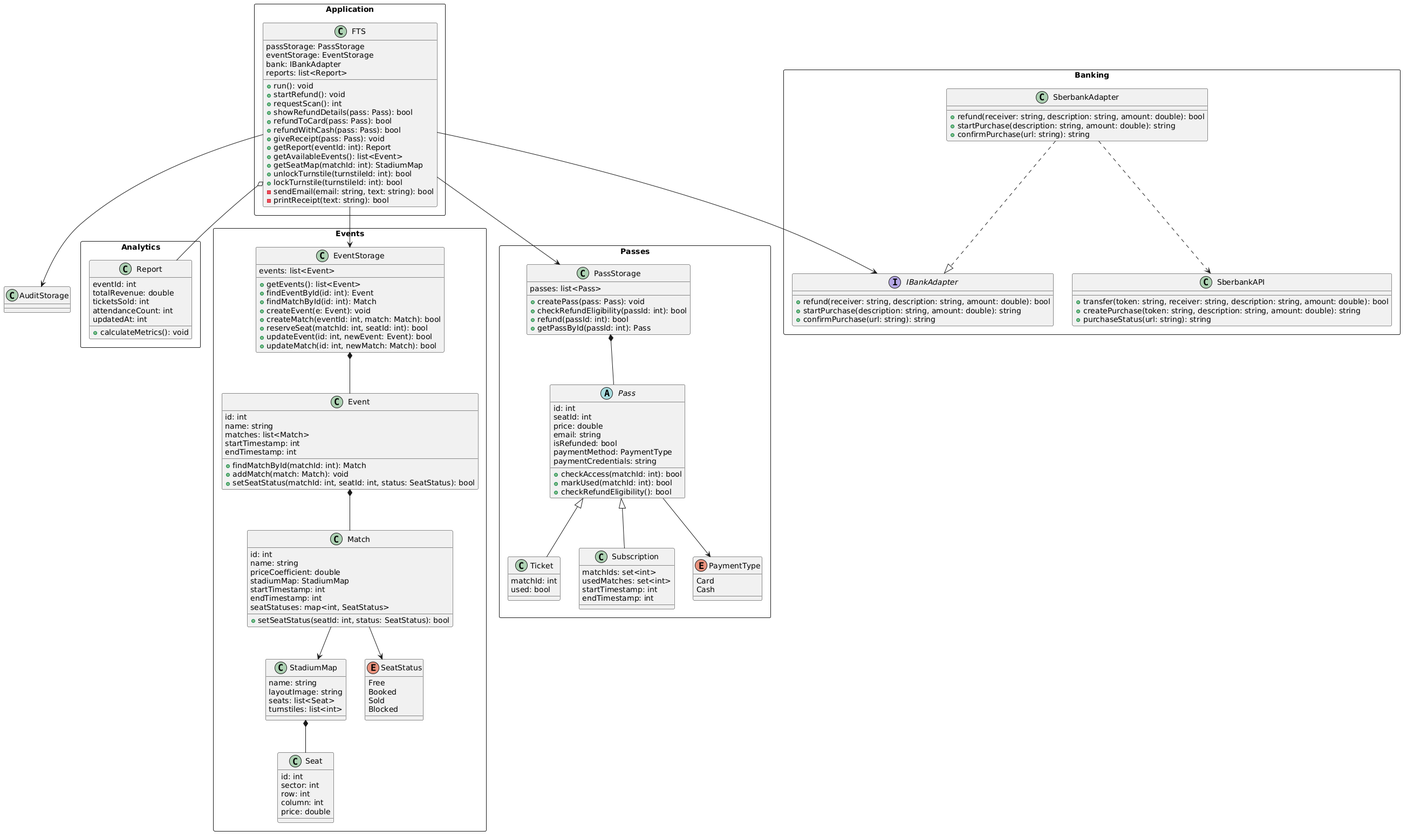
Above: source/Диаграмма Классов.png in penamarth/bsbo-11-24_team5_var10_football (PlantUML), before the change.
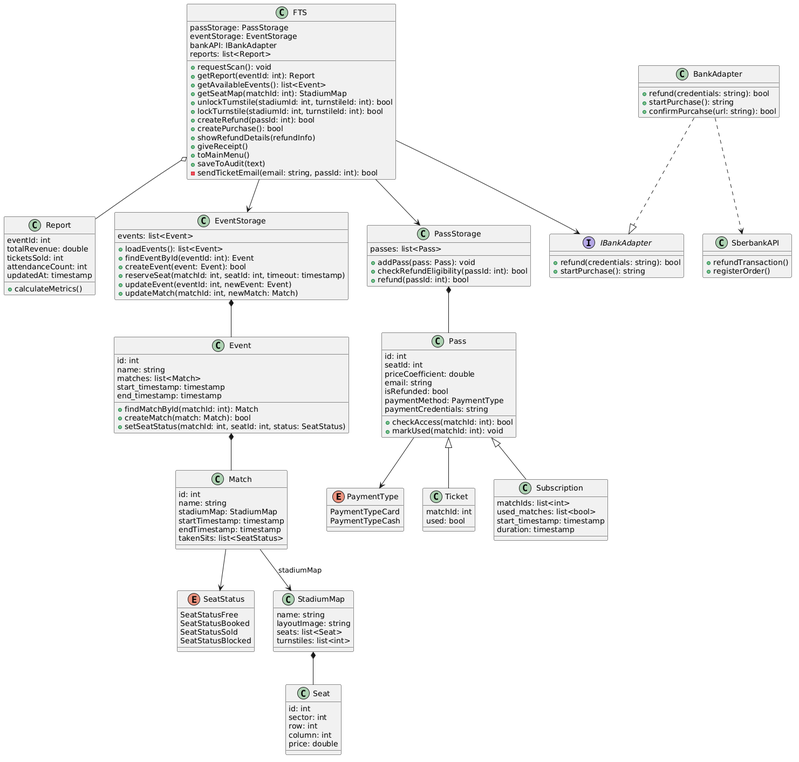
Later version of the same file.

Change to the diagram source:
```diff
@@ -1,173 +1,153 @@
 @startuml
-rectangle "Analytics" {
-	class Report {
-		eventId: int
-		totalRevenue: double
-		ticketsSold: int
-		attendanceCount: int
-		updatedAt: int
-		+ calculateMetrics(): void
-	}
+enum PaymentType {
+	PaymentTypeCard
+	PaymentTypeCash
 }
 
-rectangle "Events" {
-	class EventStorage {
-		events: list<Event>
-		+ getEvents(): list<Event>
-		+ findEventById(id: int): Event
-		+ findMatchById(id: int): Match
-		+ createEvent(e: Event): void
-		+ createMatch(eventId: int, match: Match): bool
-		+ reserveSeat(matchId: int, seatId: int): bool
-		+ updateEvent(id: int, newEvent: Event): bool
-		+ updateMatch(id: int, newMatch: Match): bool
-	}
-	class Event {
-		id: int
-		name: string
-		matches: list<Match>
-		startTimestamp: int
-		endTimestamp: int
-		+ findMatchById(matchId: int): Match
-		+ addMatch(match: Match): void
-		+ setSeatStatus(matchId: int, seatId: int, status: SeatStatus): bool
-	}
-
-	class Match {
-		id: int
-		name: string
-		priceCoefficient: double
-		stadiumMap: StadiumMap
-		startTimestamp: int
-		endTimestamp: int
-		seatStatuses: map<int, SeatStatus>
-		+ setSeatStatus(seatId: int, status: SeatStatus): bool
-	}
-
-	class StadiumMap {
-		name: string
-		layoutImage: string
-		seats: list<Seat>
-		turnstiles: list<int>
-	}
-
-	class Seat {
-		id: int
-		sector: int
-		row: int
-		column: int
-		price: double
-	}
-
-	enum SeatStatus {
-		Free
-		Booked
-		Sold
-		Blocked
-	}
+enum SeatStatus {
+	SeatStatusFree
+	SeatStatusBooked
+	SeatStatusSold
+	SeatStatusBlocked
 }
 
-rectangle "Passes" {
-	class PassStorage {
-		passes: list<Pass>
-		+ createPass(pass: Pass): void
-		+ checkRefundEligibility(passId: int): bool
-		+ refund(passId: int): bool
-		+ getPassById(passId: int): Pass
-	}
-
-	abstract class Pass {
-		id: int
-		seatId: int
-		price: double
-		email: string
-		isRefunded: bool
-		paymentMethod: PaymentType
-		paymentCredentials: string
-		+ checkAccess(matchId: int): bool
-		+ markUsed(matchId: int): bool
-		+ checkRefundEligibility(): bool
-	}
-
-	class Ticket extends Pass {
-		matchId: int
-		used: bool
-	}
-
-	class Subscription extends Pass {
-		matchIds: set<int>
-		usedMatches: set<int>
-		startTimestamp: int
-		endTimestamp: int
-	}
-
-
-	enum PaymentType {
-		Card
-		Cash
-	}
+class FTS {
+	passStorage: PassStorage
+	eventStorage: EventStorage
+	bankAPI: IBankAdapter
+	reports: list<Report>
+	+ requestScan(): void
+	+ getReport(eventId: int): Report
+	+ getAvailableEvents(): list<Event>
+	+ getSeatMap(matchId: int): StadiumMap
+	+ unlockTurnstile(stadiumId: int, turnstileId: int): bool
+	+ lockTurnstile(stadiumId: int, turnstileId: int): bool
+	+ createRefund(passId: int): bool
+	+ createPurchase(): bool
+    + showRefundDetails(refundInfo)
+    + giveReceipt()
+    + toMainMenu()
+    + saveToAudit(text)
+	- sendTicketEmail(email: string, passId: int): bool
 }
 
-
-rectangle "Banking" {
-	interface IBankAdapter {
-		+ refund(receiver: string, description: string, amount: double): bool
-		+ startPurchase(description: string, amount: double): string
-		+ confirmPurchase(url: string): string
-	}
-
-	class SberbankAdapter {
-		+ refund(receiver: string, description: string, amount: double): bool
-		+ startPurchase(description: string, amount: double): string
-		+ confirmPurchase(url: string): string
-	}
-
-	class SberbankAPI {
-		+ transfer(token: string, receiver: string, description: string, amount: double): bool
-		+ createPurchase(token: string, description: string, amount: double): string
-		+ purchaseStatus(url: string): string
-	}
+class Report {
+	eventId: int
+	totalRevenue: double
+	ticketsSold: int
+	attendanceCount: int
+	updatedAt: timestamp
+	+ calculateMetrics()
 }
 
-rectangle "Application" {
-	class FTS {
-		passStorage: PassStorage
-		eventStorage: EventStorage
-		bank: IBankAdapter
-		reports: list<Report>
-		+ run(): void
-		+ startRefund(): void
-		+ requestScan(): int
-		+ showRefundDetails(pass: Pass): bool
-		+ refundToCard(pass: Pass): bool
-		+ refundWithCash(pass: Pass): bool
-		+ giveReceipt(pass: Pass): void
-		+ getReport(eventId: int): Report
-		+ getAvailableEvents(): list<Event>
-		+ getSeatMap(matchId: int): StadiumMap
-		+ unlockTurnstile(turnstileId: int): bool
-		+ lockTurnstile(turnstileId: int): bool
-		- sendEmail(email: string, text: string): bool
-		- printReceipt(text: string): bool
-	}
+class EventStorage {
+	events: list<Event>
+	+ loadEvents(): list<Event>
+	+ findEventById(eventId: int): Event
+	+ createEvent(event: Event): bool
+	+ reserveSeat(matchId: int, seatId: int, timeout: timestamp)
+	+ updateEvent(eventId: int, newEvent: Event)
+	+ updateMatch(matchId: int, newMatch: Match)
+}
+
+class Event {
+	id: int
+	name: string
+	matches: list<Match>
+	start_timestamp: timestamp
+	end_timestamp: timestamp
+	+ findMatchById(matchId: int): Match
+	+ createMatch(match: Match): bool
+	+ setSeatStatus(matchId: int, seatId: int, status: SeatStatus)
+}
+
+class Match {
+	id: int
+	name: string
+	stadiumMap: StadiumMap
+	startTimestamp: timestamp
+	endTimestamp: timestamp
+	takenSits: list<SeatStatus>
+}
+
+class StadiumMap {
+	name: string
+	layoutImage: string
+	seats: list<Seat>
+	turnstiles: list<int>
+}
+
+class Seat {
+	id: int
+	sector: int
+	row: int
+	column: int
+	price: double
+}
+
+class PassStorage {
+	passes: list<Pass>
+	+ addPass(pass: Pass): void
+	+ checkRefundEligibility(passId: int): bool
+	+ refund(passId: int): bool
+}
+
+interface IBankAdapter {
+	+ refund(credentials: string): bool
+	+ startPurchase(): string
+}
+
+class BankAdapter {
+	+ refund(credentials: string): bool
+	+ startPurchase(): string
+	+ confirmPurcahse(url: string): bool
+}
+
+class SberbankAPI {
+	+ refundTransaction()
+	+ registerOrder()
+}
+
+class Pass {
+	id: int
+	seatId: int
+	priceCoefficient: double
+	email: string
+	isRefunded: bool
+	paymentMethod: PaymentType
+	paymentCredentials: string
+	+ checkAccess(matchId: int): bool
+	+ markUsed(matchId: int): void
+}
+
+class Ticket extends Pass {
+	matchId: int
+	used: bool
+}
+
+class Subscription extends Pass {
+	matchIds: list<int>
+	used_matches: list<bool>
+	start_timestamp: timestamp
+	duration: timestamp
 }
 
 FTS --> EventStorage
 FTS --> PassStorage
-FTS --> AuditStorage
 FTS --> IBankAdapter
 FTS o-- Report
 
 PassStorage *-- Pass
+
 EventStorage *-- Event
 
 Event *-- Match
-Match --> StadiumMap
+Match --> StadiumMap : stadiumMap
 StadiumMap *-- Seat
 
 Pass --> PaymentType
 Match --> SeatStatus
 
-SberbankAdapter ..|> IBankAdapter
-SberbankAdapter ..> SberbankAPI
+BankAdapter ..|> IBankAdapter
+BankAdapter ..> SberbankAPI
 @enduml
```
